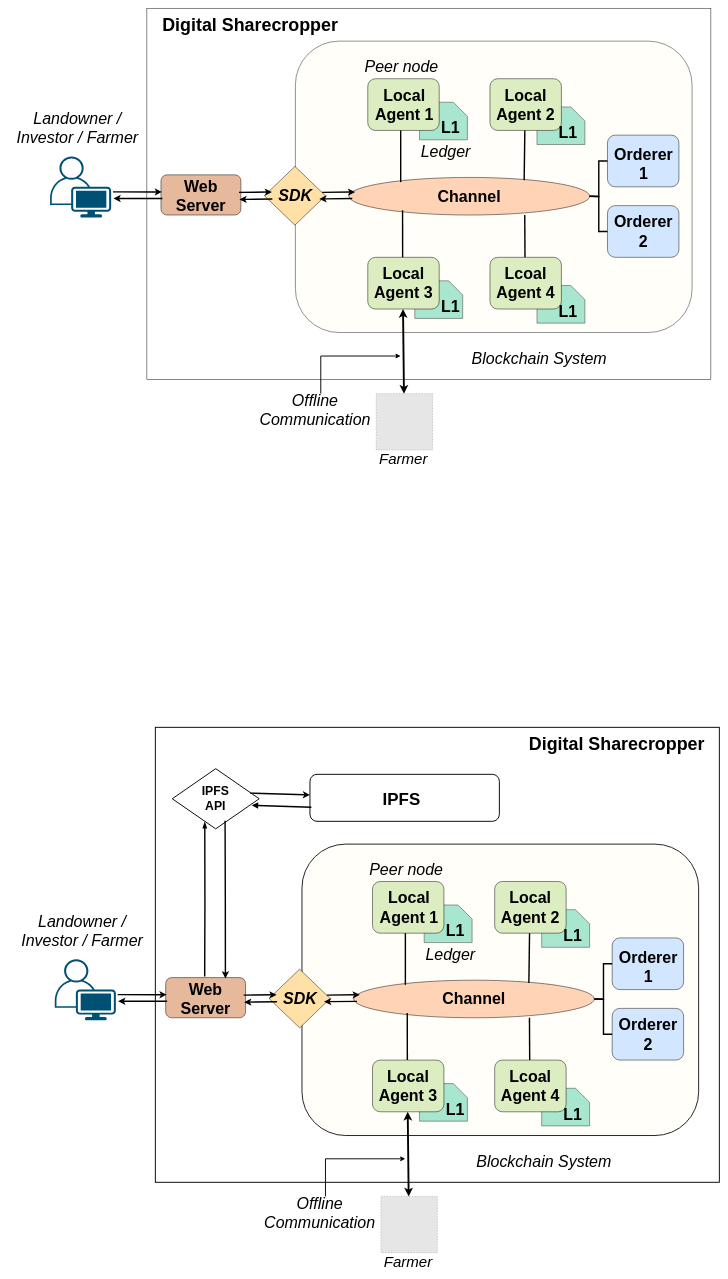
Above: page "Page-2" (2 of 4) of files/Fabric-Diagrams.drawio in Arif-Shahriar028/draw.io (draw.io), before the change. Source tidied: cells renumbered, new cells numbered last; positions are measured from the earlier drawing's top-left corner, leaving out a move shared by most shapes. Both pictures are drawn from the tidied source at 47%, with x=0, y=0 at pixel (8, 8). Pictures stored in the file or linked from it are replaced by grey dashed boxes.
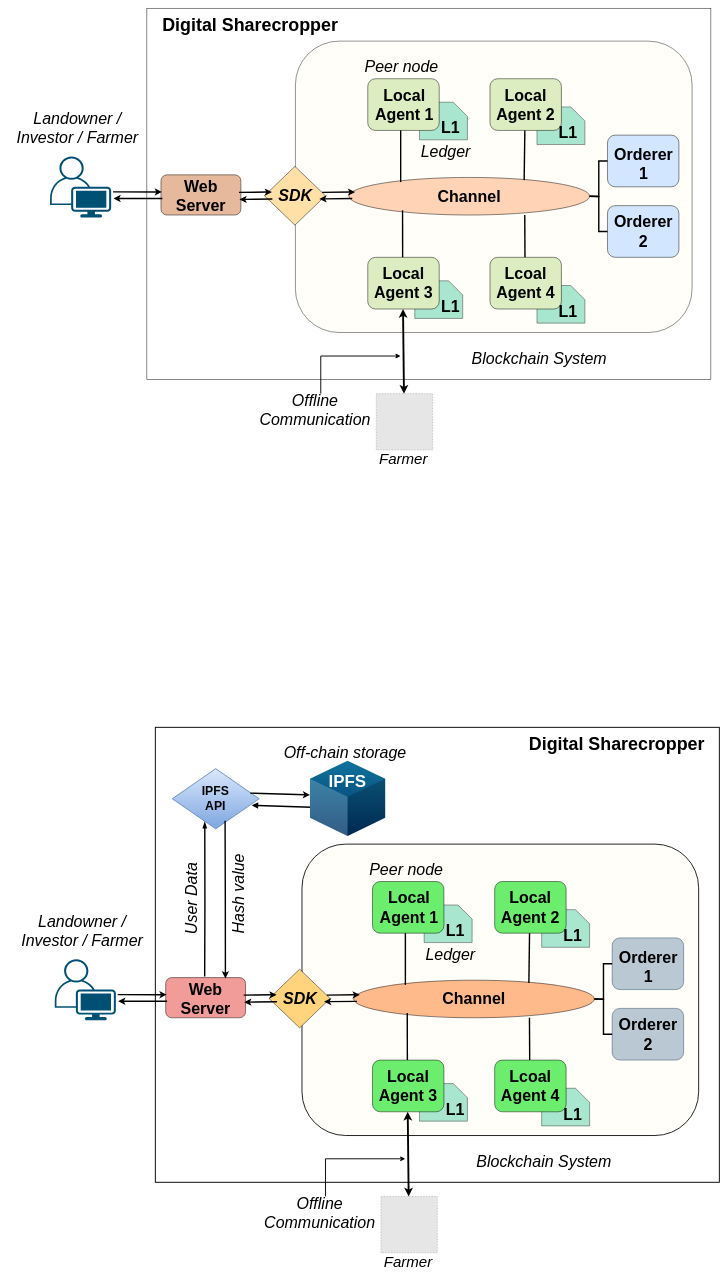
Above is the later version.

What changed in the source:
```diff
@@
-    <mxCell id="59" value="&lt;font style=&quot;font-size: 34px;&quot;&gt;Channel&lt;/font&gt;" style="ellipse;whiteSpace=wrap;html=1;fillColor=#ffd3b6;strokeColor=#000000;gradientColor=none;fontStyle=1;fontSize=34;" parent="1" vertex="1">
+    <mxCell id="59" value="&lt;font style=&quot;font-size: 34px;&quot;&gt;Channel&lt;/font&gt;" style="ellipse;whiteSpace=wrap;html=1;fillColor=#FFBA8C;strokeColor=#000000;gradientColor=none;fontStyle=1;fontSize=34;" parent="1" vertex="1">
       <mxGeometry x="735" y="2068" width="512" height="80" as="geometry" />
     </mxCell>
-    <mxCell id="60" style="rounded=1;whiteSpace=wrap;html=1;fillColor=#dcedc1;fontStyle=2;fontSize=34;" parent="1" vertex="1">
+    <mxCell id="60" style="rounded=1;whiteSpace=wrap;html=1;fillColor=#6DED6D;fontStyle=2;fontSize=34;" parent="1" vertex="1">
       <mxGeometry x="775" y="1858" width="152" height="110" as="geometry" />
     </mxCell>
-    <mxCell id="61" style="rounded=1;whiteSpace=wrap;html=1;fillColor=#dcedc1;fontStyle=2;fontSize=34;" parent="1" vertex="1">
+    <mxCell id="61" style="rounded=1;whiteSpace=wrap;html=1;fillColor=#6DED6D;fontStyle=2;fontSize=34;" parent="1" vertex="1">
       <mxGeometry x="1035" y="1858" width="152" height="110" as="geometry" />
     </mxCell>
-    <mxCell id="62" style="rounded=1;whiteSpace=wrap;html=1;fillColor=#DCEDC1;fontStyle=2;fontSize=34;" parent="1" vertex="1">
+    <mxCell id="62" style="rounded=1;whiteSpace=wrap;html=1;fillColor=#6DED6D;fontStyle=2;fontSize=34;" parent="1" vertex="1">
       <mxGeometry x="775" y="2238" width="152" height="110" as="geometry" />
     </mxCell>
-    <mxCell id="63" style="rounded=1;whiteSpace=wrap;html=1;fillColor=#dcedc1;fontStyle=2;fontSize=34;" parent="1" vertex="1">
+    <mxCell id="63" style="rounded=1;whiteSpace=wrap;html=1;fillColor=#6DED6D;fontStyle=2;fontSize=34;" parent="1" vertex="1">
       <mxGeometry x="1035" y="2238" width="152" height="110" as="geometry" />
     </mxCell>
-    <mxCell id="64" style="rounded=1;whiteSpace=wrap;html=1;fillColor=#D2E7FF;strokeColor=#000000;gradientColor=none;fontStyle=2;fontSize=34;" parent="1" vertex="1">
+    <mxCell id="64" style="rounded=1;whiteSpace=wrap;html=1;fillColor=#bac8d3;strokeColor=#23445d;fontStyle=2;fontSize=34;" parent="1" vertex="1">
       <mxGeometry x="1285" y="1978" width="152" height="110" as="geometry" />
     </mxCell>
-    <mxCell id="65" style="rhombus;whiteSpace=wrap;html=1;fillColor=#FFE1A8;gradientColor=none;strokeColor=#000000;fontStyle=2;fontSize=34;" parent="1" vertex="1">
+    <mxCell id="65" style="rhombus;whiteSpace=wrap;html=1;fillColor=#FFD47D;gradientColor=none;strokeColor=#000000;fontStyle=2;fontSize=34;" parent="1" vertex="1">
       <mxGeometry x="555" y="2044.5" width="130" height="125" as="geometry" />
     </mxCell>
@@
-    <mxCell id="83" style="rounded=1;whiteSpace=wrap;html=1;fillColor=#e6b89c;strokeColor=#000000;fontStyle=2;fontSize=34;" parent="1" vertex="1">
+    <mxCell id="83" style="rounded=1;whiteSpace=wrap;html=1;fillColor=#F19C99;strokeColor=#000000;fontStyle=2;fontSize=34;" parent="1" vertex="1">
       <mxGeometry x="335" y="2062.5" width="170" height="85.5" as="geometry" />
     </mxCell>
@@
-    <mxCell id="99" style="rounded=1;whiteSpace=wrap;html=1;fillColor=#d2e7ff;strokeColor=#000000;gradientColor=none;fontStyle=2;fontSize=34;" parent="1" vertex="1">
+    <mxCell id="99" style="rounded=1;whiteSpace=wrap;html=1;fillColor=#bac8d3;strokeColor=#23445d;fontStyle=2;fontSize=34;" parent="1" vertex="1">
       <mxGeometry x="1285" y="2128" width="152" height="110" as="geometry" />
     </mxCell>
@@
-    <mxCell id="104" style="rounded=1;whiteSpace=wrap;html=1;strokeWidth=2;" parent="1" vertex="1">
-      <mxGeometry x="642" y="1630" width="403" height="100" as="geometry" />
-    </mxCell>
-    <mxCell id="105" style="rhombus;whiteSpace=wrap;html=1;strokeWidth=2;" parent="1" vertex="1">
+    <mxCell id="105" style="rhombus;whiteSpace=wrap;html=1;strokeWidth=2;fillColor=#dae8fc;strokeColor=#6c8ebf;gradientColor=#7ea6e0;" parent="1" vertex="1">
       <mxGeometry x="349" y="1618" width="185" height="128" as="geometry" />
     </mxCell>
@@
-    <mxCell id="107" value="&lt;font size=&quot;1&quot; style=&quot;&quot;&gt;&lt;b style=&quot;font-size: 36px;&quot;&gt;IPFS&lt;/b&gt;&lt;/font&gt;" style="text;html=1;strokeColor=none;fillColor=none;align=center;verticalAlign=middle;whiteSpace=wrap;rounded=0;" parent="1" vertex="1">
-      <mxGeometry x="807" y="1667" width="60" height="30" as="geometry" />
-    </mxCell>
@@
-    <mxCell id="110" style="endArrow=classic;html=1;rounded=0;strokeWidth=3;" parent="1" edge="1" target="104">
+    <mxCell id="110" style="endArrow=classic;html=1;rounded=0;strokeWidth=3;" parent="1" edge="1">
       <mxGeometry relative="1" as="geometry">
         <mxPoint x="515" y="1670" as="sourcePoint" />
+        <mxPoint x="642" y="1673.9" as="targetPoint" />
       </mxGeometry>
     </mxCell>
@@
+    <mxCell id="112" style="verticalLabelPosition=bottom;verticalAlign=top;html=1;shape=mxgraph.infographic.shadedCube;isoAngle=15;fillColor=#10739E;strokeColor=none;gradientColor=#003366;" parent="1" vertex="1">
+      <mxGeometry x="642" y="1601" width="160" height="160" as="geometry" />
+    </mxCell>
+    <mxCell id="107" value="&lt;font color=&quot;#ffffff&quot; size=&quot;1&quot; style=&quot;&quot;&gt;&lt;b style=&quot;font-size: 36px;&quot;&gt;IPFS&lt;/b&gt;&lt;/font&gt;" style="text;html=1;align=center;verticalAlign=middle;whiteSpace=wrap;rounded=0;" parent="1" vertex="1">
+      <mxGeometry x="692" y="1630" width="60" height="30" as="geometry" />
+    </mxCell>
+    <mxCell id="113" value="Off-chain storage" style="text;html=1;strokeColor=none;fillColor=none;align=center;verticalAlign=middle;whiteSpace=wrap;rounded=0;fontStyle=2;fontSize=34;" parent="1" vertex="1">
+      <mxGeometry x="585" y="1568" width="264" height="30" as="geometry" />
+    </mxCell>
+    <mxCell id="114" value="User Data" style="text;html=1;strokeColor=none;fillColor=none;align=center;verticalAlign=middle;whiteSpace=wrap;rounded=0;fontStyle=2;fontSize=34;rotation=-90;" parent="1" vertex="1">
+      <mxGeometry x="259" y="1879" width="264" height="30" as="geometry" />
+    </mxCell>
+    <mxCell id="115" value="Hash value" style="text;html=1;strokeColor=none;fillColor=none;align=center;verticalAlign=middle;whiteSpace=wrap;rounded=0;fontStyle=2;fontSize=34;rotation=-90;" parent="1" vertex="1">
+      <mxGeometry x="359" y="1869" width="264" height="30" as="geometry" />
+    </mxCell>
```
